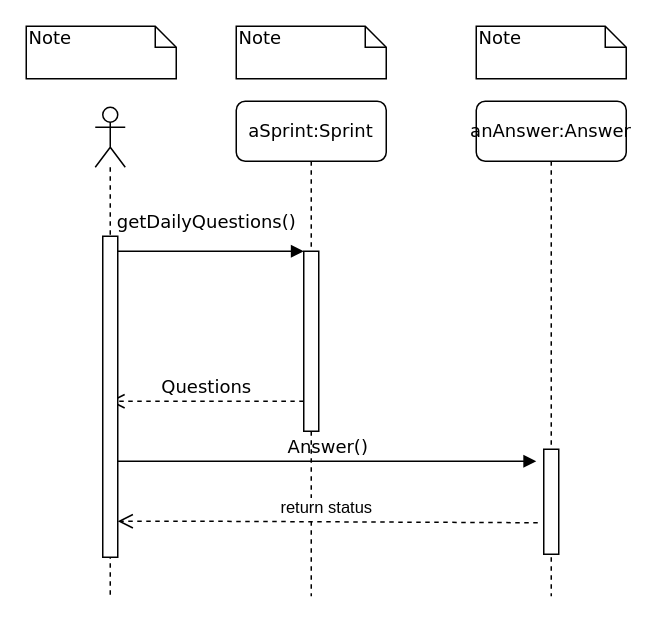
amirabbas8/ScrumOfficer keeps this draw.io diagram as Behavioral Modeling/Dashboard Seq Diagram - Questions.drawio. Above is the earlier version. Source tidied: cells renumbered, new cells numbered last; positions are measured from the earlier drawing's top-left corner, leaving out a move shared by most shapes. Both pictures are drawn from the tidied source at 150%, with x=0, y=0 at pixel (26, 26).
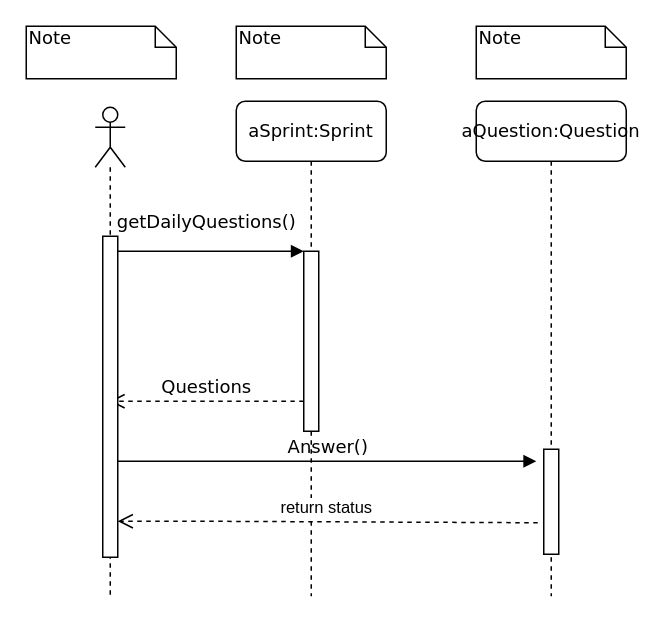
Above is the later version.

The edit, as a diff of the source:
```diff
@@
-    <mxCell id="4" value="anAnswer:Answer" style="shape=umlLifeline;perimeter=lifelinePerimeter;whiteSpace=wrap;html=1;rounded=1;shadow=0;comic=0;labelBackgroundColor=none;strokeColor=#000000;strokeWidth=1;fillColor=#FFFFFF;fontFamily=Verdana;fontSize=12;fontColor=#000000;align=center;" parent="1" vertex="1">
+    <mxCell id="4" value="aQuestion:Question" style="shape=umlLifeline;perimeter=lifelinePerimeter;whiteSpace=wrap;html=1;rounded=1;shadow=0;comic=0;labelBackgroundColor=none;strokeColor=#000000;strokeWidth=1;fillColor=#FFFFFF;fontFamily=Verdana;fontSize=12;fontColor=#000000;align=center;" parent="1" vertex="1">
       <mxGeometry x="300" y="50" width="100" height="330" as="geometry" />
     </mxCell>
```
